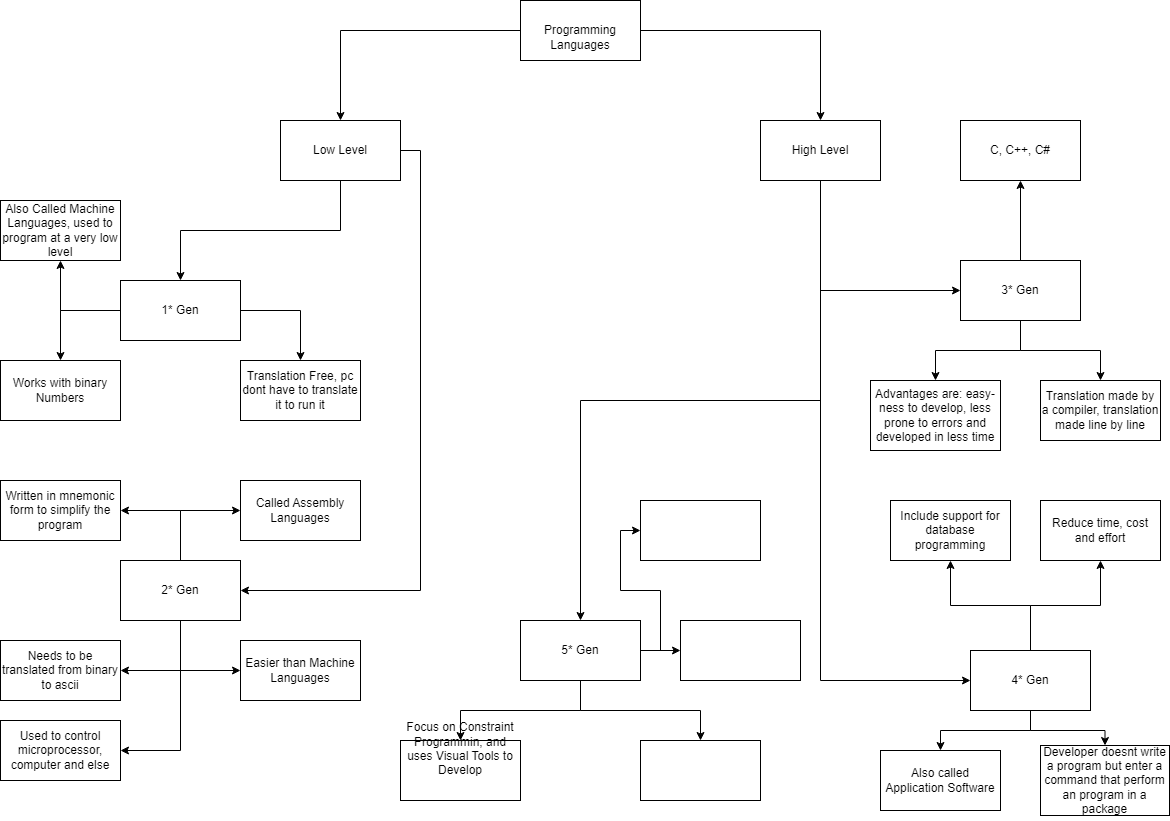
This is LOWLEVELPROGRAMMING.png from massimoty/School, a draw.io export, as it was before one commit. Source tidied: cells renumbered, new cells last; positions are measured from the earlier drawing's top-left corner, leaving out a move shared by most shapes.
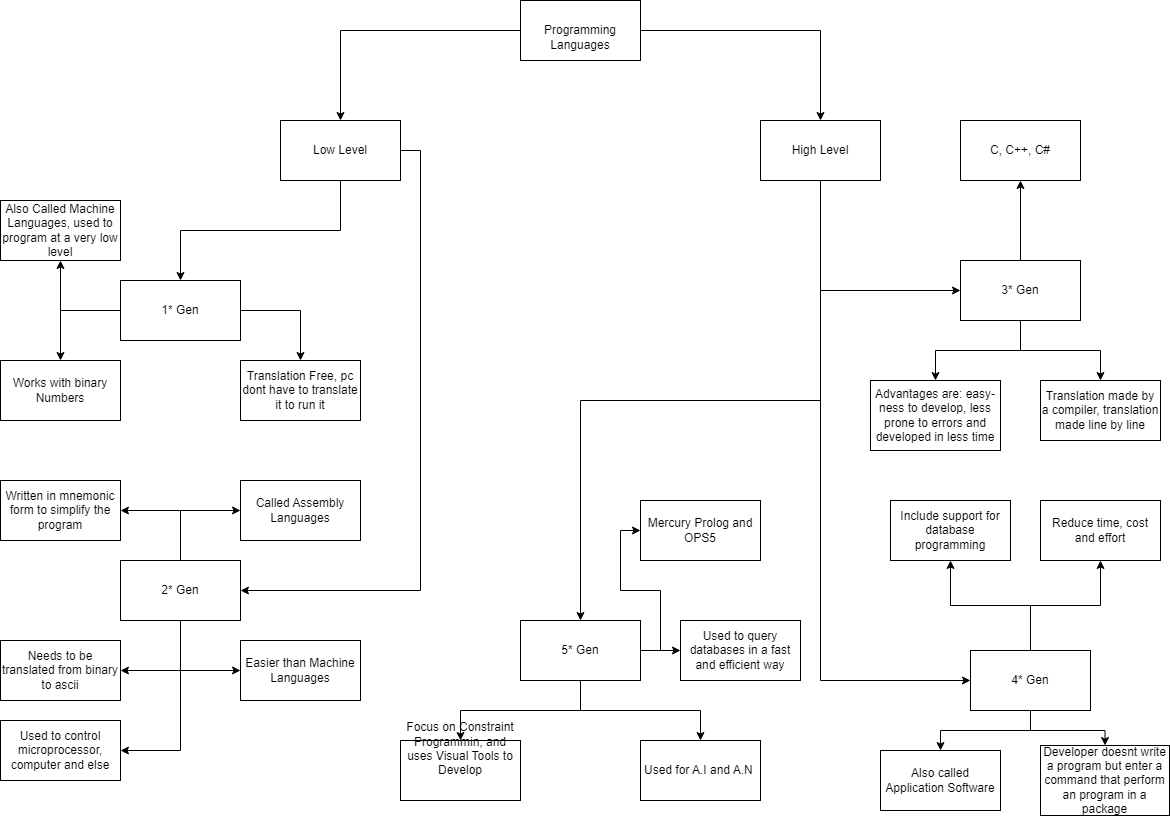
The same file after the commit.

The edit, as a diff of the source:
```diff
@@ -152,13 +152,13 @@
     <mxCell id="51" value="Focus on Constraint Programmin, and uses Visual Tools to Develop&lt;br&gt;&lt;br&gt;&lt;br&gt;&lt;br&gt;" style="rounded=0;whiteSpace=wrap;html=1;" parent="1" vertex="1">
       <mxGeometry x="400" y="740" width="120" height="60" as="geometry" />
     </mxCell>
-    <mxCell id="52" style="rounded=0;whiteSpace=wrap;html=1;" parent="1" vertex="1">
+    <mxCell id="52" value="Used for A.I and A.N&amp;nbsp;" style="rounded=0;whiteSpace=wrap;html=1;" parent="1" vertex="1">
       <mxGeometry x="640" y="740" width="120" height="60" as="geometry" />
     </mxCell>
-    <mxCell id="53" style="rounded=0;whiteSpace=wrap;html=1;" parent="1" vertex="1">
+    <mxCell id="53" value="Used to query databases in a fast and efficient way" style="rounded=0;whiteSpace=wrap;html=1;" parent="1" vertex="1">
       <mxGeometry x="680" y="620" width="120" height="60" as="geometry" />
     </mxCell>
-    <mxCell id="54" style="rounded=0;whiteSpace=wrap;html=1;" parent="1" vertex="1">
+    <mxCell id="54" value="Mercury Prolog and OPS5" style="rounded=0;whiteSpace=wrap;html=1;" parent="1" vertex="1">
       <mxGeometry x="640" y="500" width="120" height="60" as="geometry" />
     </mxCell>
   </root>
```
